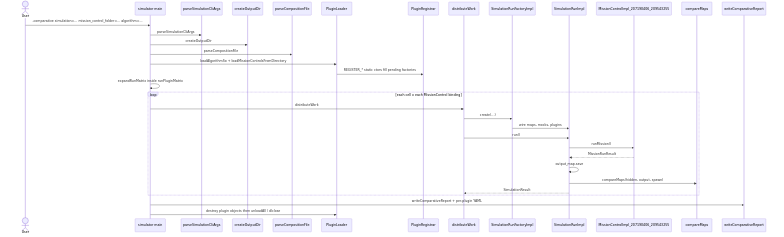
The Mermaid diagram docs/hld/seq-comparative-cell.png in Sagi154/Drone-Mapper-ex3, before a commit. Its source is kept beside it as docs/hld/seq-comparative-cell.mmd.
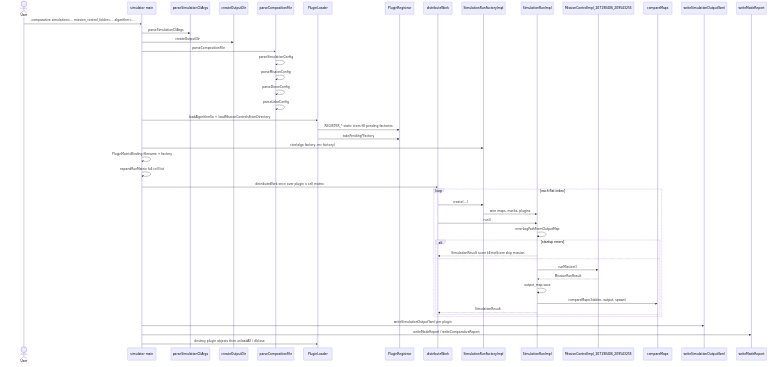
After the change.

Change to the diagram source:
```diff
@@ -11,25 +11,39 @@
     participant Run as SimulationRunImpl
     participant MC as MissionControlImpl_207190406_209543255
     participant Score as compareMaps
-    participant Rep as writeComparativeReport
+    participant Yaml as writeSimulationOutputYaml
+    participant Rep as writeModeReport
 
     User->>Main: -comparative simulation=... mission_control_folder=... algorithm=...
     Main->>Cli: parseSimulationCliArgs
     Main->>Out: createOutputDir
     Main->>Comp: parseCompositionFile
+    Comp->>Comp: parseSimulationConfig
+    Comp->>Comp: parseMissionConfig
+    Comp->>Comp: parseDroneConfig
+    Comp->>Comp: parseLidarConfig
     Main->>Loader: loadAlgorithmSo + loadMissionControlsFromDirectory
     Loader->>Reg: REGISTER_* static ctors fill pending factories
-    Main->>Main: expandRunMatrix inside runPluginMatrix
-    loop each cell x each MissionControl binding
-        Main->>Dist: distributeWork
+    Loader->>Reg: takePending*Factory
+    Main->>Factory: ctor(algo factory, mc factory)
+    Main->>Main: PluginMatrixBinding filename + factory
+    Main->>Main: expandRunMatrix full cell list
+    Main->>Dist: distributeWork once over plugin x cell matrix
+    loop each flat index
         Dist->>Factory: create(...)
         Factory->>Run: wire maps, mocks, plugins
         Dist->>Run: run()
-        Run->>MC: runMission()
-        MC-->>Run: MissionRunResult
-        Run->>Run: output_map.save
-        Run->>Score: compareMaps(hidden, output, spawn)
-        Run-->>Dist: SimulationResult
+        Run->>Run: errorLogPathFromOutputMap
+        alt startup errors
+            Run-->>Dist: SimulationResult score kErrorScore skip mission
+        else
+            Run->>MC: runMission()
+            MC-->>Run: MissionRunResult
+            Run->>Run: output_map.save
+            Run->>Score: compareMaps(hidden, output, spawn)
+            Run-->>Dist: SimulationResult
+        end
     end
-    Main->>Rep: writeComparativeReport + per-plugin YAML
+    Main->>Yaml: writeSimulationOutputYaml per plugin
+    Main->>Rep: writeModeReport / writeComparativeReport
     Main->>Loader: destroy plugin objects then unloadAll / dlclose
```
